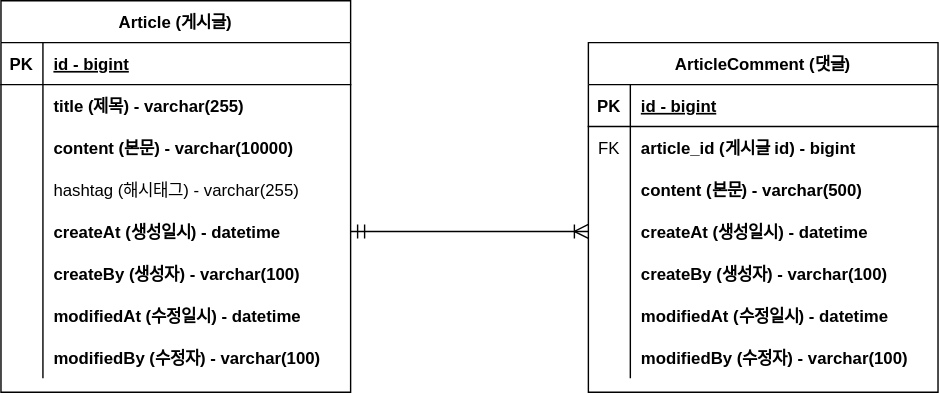
ekek3002/fastcampus-project-board keeps this draw.io diagram as document/project-board-erd.svg. Above is the earlier version. Source tidied: cells renumbered, new cells last; positions are measured from the earlier drawing's top-left corner, leaving out a move shared by most shapes.
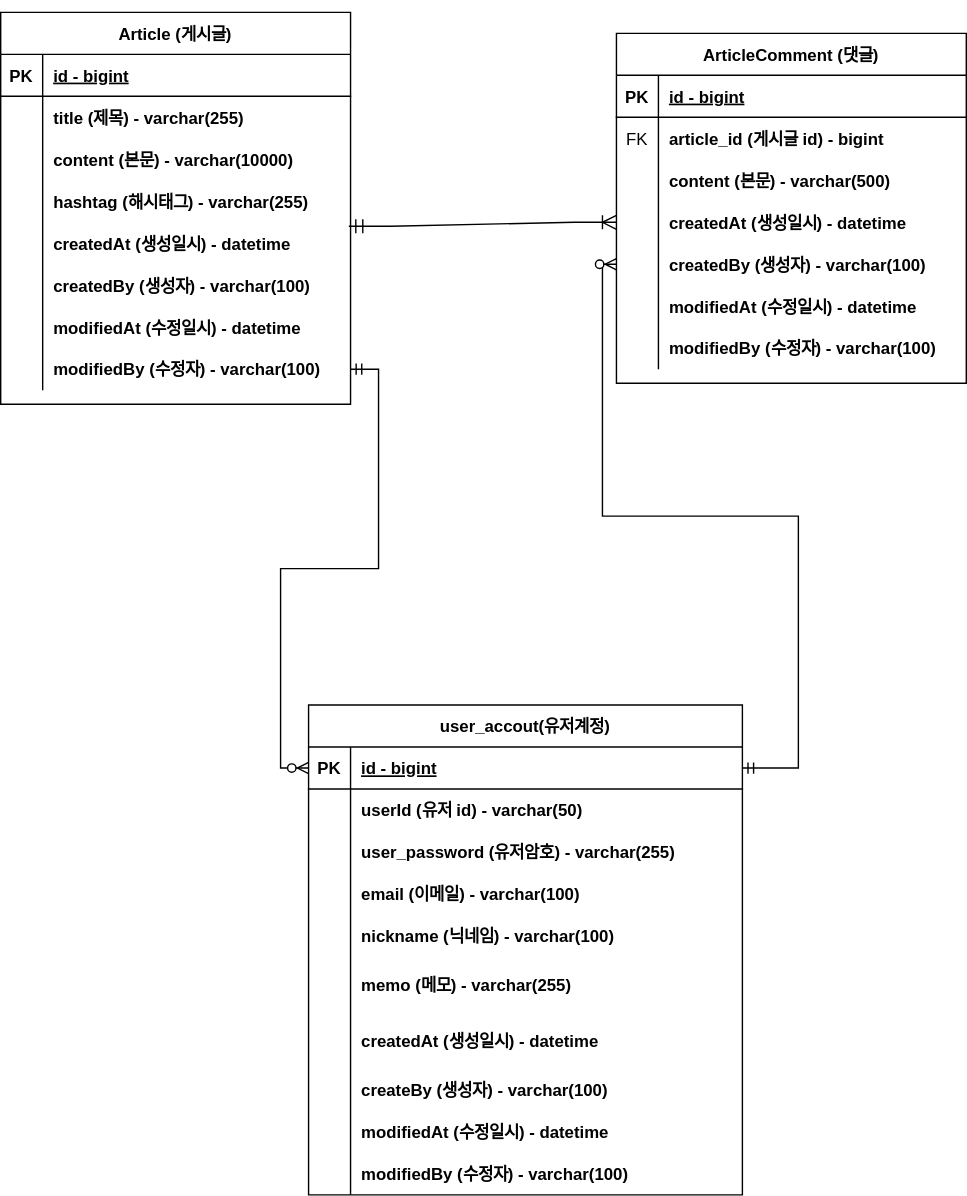
The same file after the commit.

Commit message:
#20 erd user-accout 추가

What changed in the source:
```diff
@@ -3,7 +3,7 @@
     <mxCell id="0" />
     <mxCell id="1" parent="0" />
     <mxCell id="2" value="Article (게시글)" style="shape=table;startSize=30;rowLines=0;fontStyle=1;align=center;" parent="1" vertex="1">
-      <mxGeometry width="250" height="280" as="geometry" />
+      <mxGeometry x="-20" y="15" width="250" height="280" as="geometry" />
     </mxCell>
     <mxCell id="3" style="shape=partialRectangle;fillColor=none;top=0;left=0;right=0;bottom=1;" parent="2" vertex="1">
       <mxGeometry y="30" width="250" height="30" as="geometry" />
@@ -38,7 +38,7 @@
     <mxCell id="13" style="shape=partialRectangle;overflow=hidden;fillColor=none;top=0;left=0;bottom=0;right=0;" parent="12" vertex="1">
       <mxGeometry width="30" height="30" as="geometry" />
     </mxCell>
-    <mxCell id="14" value="hashtag (해시태그) - varchar(255)" style="shape=partialRectangle;overflow=hidden;fillColor=none;top=0;left=0;bottom=0;right=0;align=left;spacingLeft=6;" parent="12" vertex="1">
+    <mxCell id="14" value="hashtag (해시태그) - varchar(255)" style="shape=partialRectangle;overflow=hidden;fillColor=none;top=0;left=0;bottom=0;right=0;align=left;spacingLeft=6;fontStyle=1;" parent="12" vertex="1">
       <mxGeometry x="30" width="220" height="30" as="geometry" />
     </mxCell>
     <mxCell id="15" style="shape=partialRectangle;fillColor=none;points=[[0,0.5],[1,0.5]];portConstraint=eastwest;top=0;left=0;right=0;bottom=0;" parent="2" vertex="1">
@@ -47,7 +47,7 @@
     <mxCell id="16" style="shape=partialRectangle;overflow=hidden;fillColor=none;top=0;left=0;bottom=0;right=0;" parent="15" vertex="1">
       <mxGeometry width="30" height="30" as="geometry" />
     </mxCell>
-    <mxCell id="17" value="createAt (생성일시) - datetime" style="shape=partialRectangle;overflow=hidden;fillColor=none;top=0;left=0;bottom=0;right=0;align=left;spacingLeft=6;fontStyle=1;" parent="15" vertex="1">
+    <mxCell id="17" value="createdAt (생성일시) - datetime" style="shape=partialRectangle;overflow=hidden;fillColor=none;top=0;left=0;bottom=0;right=0;align=left;spacingLeft=6;fontStyle=1;" parent="15" vertex="1">
       <mxGeometry x="30" width="220" height="30" as="geometry" />
     </mxCell>
     <mxCell id="18" style="shape=partialRectangle;fillColor=none;top=0;left=0;right=0;bottom=0;" parent="2" vertex="1">
@@ -56,7 +56,7 @@
     <mxCell id="19" style="shape=partialRectangle;overflow=hidden;fillColor=none;top=0;left=0;bottom=0;right=0;" parent="18" vertex="1">
       <mxGeometry width="30" height="30" as="geometry" />
     </mxCell>
-    <mxCell id="20" value="createBy (생성자) - varchar(100)" style="shape=partialRectangle;overflow=hidden;fillColor=none;top=0;left=0;bottom=0;right=0;align=left;spacingLeft=6;fontStyle=1;" parent="18" vertex="1">
+    <mxCell id="20" value="createdBy (생성자) - varchar(100)" style="shape=partialRectangle;overflow=hidden;fillColor=none;top=0;left=0;bottom=0;right=0;align=left;spacingLeft=6;fontStyle=1;" parent="18" vertex="1">
       <mxGeometry x="30" width="220" height="30" as="geometry" />
     </mxCell>
     <mxCell id="21" style="shape=partialRectangle;fillColor=none;top=0;left=0;right=0;bottom=0;" parent="2" vertex="1">
@@ -113,7 +113,7 @@
     <mxCell id="38" style="shape=partialRectangle;overflow=hidden;fillColor=none;top=0;left=0;bottom=0;right=0;" parent="37" vertex="1">
       <mxGeometry width="30" height="30" as="geometry" />
     </mxCell>
-    <mxCell id="39" value="createAt (생성일시) - datetime" style="shape=partialRectangle;overflow=hidden;fillColor=none;top=0;left=0;bottom=0;right=0;align=left;spacingLeft=6;fontStyle=1;" parent="37" vertex="1">
+    <mxCell id="39" value="createdAt (생성일시) - datetime" style="shape=partialRectangle;overflow=hidden;fillColor=none;top=0;left=0;bottom=0;right=0;align=left;spacingLeft=6;fontStyle=1;" parent="37" vertex="1">
       <mxGeometry x="30" width="220" height="30" as="geometry" />
     </mxCell>
     <mxCell id="40" style="shape=partialRectangle;fillColor=none;points=[[0,0.5],[1,0.5]];portConstraint=eastwest;top=0;left=0;right=0;bottom=0;" parent="27" vertex="1">
@@ -122,7 +122,7 @@
     <mxCell id="41" style="shape=partialRectangle;overflow=hidden;fillColor=none;top=0;left=0;bottom=0;right=0;" parent="40" vertex="1">
       <mxGeometry width="30" height="30" as="geometry" />
     </mxCell>
-    <mxCell id="42" value="createBy (생성자) - varchar(100)" style="shape=partialRectangle;overflow=hidden;fillColor=none;top=0;left=0;bottom=0;right=0;align=left;spacingLeft=6;fontStyle=1;" parent="40" vertex="1">
+    <mxCell id="42" value="createdBy (생성자) - varchar(100)" style="shape=partialRectangle;overflow=hidden;fillColor=none;top=0;left=0;bottom=0;right=0;align=left;spacingLeft=6;fontStyle=1;" parent="40" vertex="1">
       <mxGeometry x="30" width="220" height="30" as="geometry" />
     </mxCell>
     <mxCell id="43" style="shape=partialRectangle;fillColor=none;top=0;left=0;right=0;bottom=0;" parent="27" vertex="1">
@@ -143,8 +143,117 @@
     <mxCell id="48" value="modifiedBy (수정자) - varchar(100)" style="shape=partialRectangle;overflow=hidden;fillColor=none;top=0;left=0;bottom=0;right=0;align=left;spacingLeft=6;fontStyle=1;" parent="46" vertex="1">
       <mxGeometry x="30" width="220" height="30" as="geometry" />
     </mxCell>
-    <mxCell id="49" style="edgeStyle=entityRelationEdgeStyle;fontSize=12;html=1;endArrow=ERoneToMany;startArrow=ERmandOne;rounded=0;startSize=8;endSize=8;curved=1;entryX=0;entryY=0.5;entryDx=0;entryDy=0;exitX=1;exitY=0.5;exitDx=0;exitDy=0;" parent="1" edge="1" source="15" target="37">
+    <mxCell id="49" style="edgeStyle=entityRelationEdgeStyle;fontSize=12;html=1;endArrow=ERoneToMany;startArrow=ERmandOne;rounded=0;startSize=8;endSize=8;curved=0;entryX=0;entryY=0.5;entryDx=0;entryDy=0;exitX=0.995;exitY=1.094;exitDx=0;exitDy=0;exitPerimeter=0;" parent="1" edge="1" source="12" target="37">
       <mxGeometry relative="1" as="geometry" />
     </mxCell>
+    <mxCell id="50" value="user_accout(유저계정)" style="shape=table;startSize=30;rowLines=0;fontStyle=1;align=center;" parent="1" vertex="1">
+      <mxGeometry x="200" y="510" width="310" height="350" as="geometry" />
+    </mxCell>
+    <mxCell id="51" style="shape=partialRectangle;fillColor=none;points=[[0,0.5],[1,0.5]];portConstraint=eastwest;top=0;left=0;right=0;bottom=1;" parent="50" vertex="1">
+      <mxGeometry y="30" width="310" height="30" as="geometry" />
+    </mxCell>
+    <mxCell id="52" value="PK" style="shape=partialRectangle;overflow=hidden;fillColor=none;top=0;left=0;bottom=0;right=0;fontStyle=1;" parent="51" vertex="1">
+      <mxGeometry width="30" height="30" as="geometry" />
+    </mxCell>
+    <mxCell id="53" value="id - bigint" style="shape=partialRectangle;overflow=hidden;fillColor=none;top=0;left=0;bottom=0;right=0;align=left;spacingLeft=6;fontStyle=5;" parent="51" vertex="1">
+      <mxGeometry x="30" width="280" height="30" as="geometry" />
+    </mxCell>
+    <mxCell id="54" style="shape=partialRectangle;fillColor=none;top=0;left=0;right=0;bottom=0;" parent="50" vertex="1">
+      <mxGeometry y="60" width="310" height="30" as="geometry" />
+    </mxCell>
+    <mxCell id="55" style="shape=partialRectangle;overflow=hidden;fillColor=none;top=0;left=0;bottom=0;right=0;" parent="54" vertex="1">
+      <mxGeometry width="30" height="30" as="geometry" />
+    </mxCell>
+    <mxCell id="56" value="userId (유저 id) - varchar(50)" style="shape=partialRectangle;overflow=hidden;fillColor=none;top=0;left=0;bottom=0;right=0;align=left;spacingLeft=6;fontStyle=1;" parent="54" vertex="1">
+      <mxGeometry x="30" width="280" height="30" as="geometry" />
+    </mxCell>
+    <mxCell id="57" style="shape=partialRectangle;fillColor=none;top=0;left=0;right=0;bottom=0;" parent="50" vertex="1">
+      <mxGeometry y="90" width="310" height="30" as="geometry" />
+    </mxCell>
+    <mxCell id="58" style="shape=partialRectangle;overflow=hidden;fillColor=none;top=0;left=0;bottom=0;right=0;" parent="57" vertex="1">
+      <mxGeometry width="30" height="30" as="geometry" />
+    </mxCell>
+    <mxCell id="59" value="user_password (유저암호) - varchar(255)" style="shape=partialRectangle;overflow=hidden;fillColor=none;top=0;left=0;bottom=0;right=0;align=left;spacingLeft=6;fontStyle=1;" parent="57" vertex="1">
+      <mxGeometry x="30" width="280" height="30" as="geometry" />
+    </mxCell>
+    <mxCell id="60" style="shape=partialRectangle;fillColor=none;top=0;left=0;right=0;bottom=0;" parent="50" vertex="1">
+      <mxGeometry y="120" width="310" height="30" as="geometry" />
+    </mxCell>
+    <mxCell id="61" style="shape=partialRectangle;overflow=hidden;fillColor=none;top=0;left=0;bottom=0;right=0;" parent="60" vertex="1">
+      <mxGeometry width="30" height="30" as="geometry" />
+    </mxCell>
+    <mxCell id="62" value="email (이메일) - varchar(100)" style="shape=partialRectangle;overflow=hidden;fillColor=none;top=0;left=0;bottom=0;right=0;align=left;spacingLeft=6;fontStyle=1;" parent="60" vertex="1">
+      <mxGeometry x="30" width="280" height="30" as="geometry" />
+    </mxCell>
+    <mxCell id="63" style="shape=partialRectangle;fillColor=none;top=0;left=0;right=0;bottom=0;" parent="50" vertex="1">
+      <mxGeometry y="150" width="310" height="30" as="geometry" />
+    </mxCell>
+    <mxCell id="64" style="shape=partialRectangle;overflow=hidden;fillColor=none;top=0;left=0;bottom=0;right=0;" parent="63" vertex="1">
+      <mxGeometry width="30" height="30" as="geometry" />
+    </mxCell>
+    <mxCell id="65" value="nickname (닉네임) - varchar(100)" style="shape=partialRectangle;overflow=hidden;fillColor=none;top=0;left=0;bottom=0;right=0;align=left;spacingLeft=6;fontStyle=1;" parent="63" vertex="1">
+      <mxGeometry x="30" width="280" height="30" as="geometry" />
+    </mxCell>
+    <mxCell id="66" style="shape=partialRectangle;fillColor=none;top=0;left=0;right=0;bottom=0;" parent="50" vertex="1">
+      <mxGeometry y="180" width="310" height="40" as="geometry" />
+    </mxCell>
+    <mxCell id="67" style="shape=partialRectangle;overflow=hidden;fillColor=none;top=0;left=0;bottom=0;right=0;" parent="66" vertex="1">
+      <mxGeometry width="30" height="40" as="geometry" />
+    </mxCell>
+    <mxCell id="68" value="memo (메모) - varchar(255)" style="shape=partialRectangle;overflow=hidden;fillColor=none;top=0;left=0;bottom=0;right=0;align=left;spacingLeft=6;fontStyle=1;" parent="66" vertex="1">
+      <mxGeometry x="30" width="280" height="40" as="geometry" />
+    </mxCell>
+    <mxCell id="69" style="shape=partialRectangle;fillColor=none;top=0;left=0;right=0;bottom=0;" parent="50" vertex="1">
+      <mxGeometry y="220" width="310" height="40" as="geometry" />
+    </mxCell>
+    <mxCell id="70" style="shape=partialRectangle;overflow=hidden;fillColor=none;top=0;left=0;bottom=0;right=0;" parent="69" vertex="1">
+      <mxGeometry width="30" height="40" as="geometry" />
+    </mxCell>
+    <mxCell id="71" value="createdAt (생성일시) - datetime" style="shape=partialRectangle;overflow=hidden;fillColor=none;top=0;left=0;bottom=0;right=0;align=left;spacingLeft=6;fontStyle=1;" parent="69" vertex="1">
+      <mxGeometry x="30" width="280" height="40" as="geometry" />
+    </mxCell>
+    <mxCell id="72" style="shape=partialRectangle;fillColor=none;top=0;left=0;right=0;bottom=0;" parent="50" vertex="1">
+      <mxGeometry y="260" width="310" height="30" as="geometry" />
+    </mxCell>
+    <mxCell id="73" style="shape=partialRectangle;overflow=hidden;fillColor=none;top=0;left=0;bottom=0;right=0;" parent="72" vertex="1">
+      <mxGeometry width="30" height="30" as="geometry" />
+    </mxCell>
+    <mxCell id="74" value="createBy (생성자) - varchar(100)" style="shape=partialRectangle;overflow=hidden;fillColor=none;top=0;left=0;bottom=0;right=0;align=left;spacingLeft=6;fontStyle=1;" parent="72" vertex="1">
+      <mxGeometry x="30" width="280" height="30" as="geometry" />
+    </mxCell>
+    <mxCell id="75" style="shape=partialRectangle;fillColor=none;top=0;left=0;right=0;bottom=0;" parent="50" vertex="1">
+      <mxGeometry y="290" width="310" height="30" as="geometry" />
+    </mxCell>
+    <mxCell id="76" style="shape=partialRectangle;overflow=hidden;fillColor=none;top=0;left=0;bottom=0;right=0;" parent="75" vertex="1">
+      <mxGeometry width="30" height="30" as="geometry" />
+    </mxCell>
+    <mxCell id="77" value="modifiedAt (수정일시) - datetime" style="shape=partialRectangle;overflow=hidden;fillColor=none;top=0;left=0;bottom=0;right=0;align=left;spacingLeft=6;fontStyle=1;" parent="75" vertex="1">
+      <mxGeometry x="30" width="280" height="30" as="geometry" />
+    </mxCell>
+    <mxCell id="78" style="shape=partialRectangle;fillColor=none;top=0;left=0;right=0;bottom=0;" parent="50" vertex="1">
+      <mxGeometry y="320" width="310" height="30" as="geometry" />
+    </mxCell>
+    <mxCell id="79" style="shape=partialRectangle;overflow=hidden;fillColor=none;top=0;left=0;bottom=0;right=0;" parent="78" vertex="1">
+      <mxGeometry width="30" height="30" as="geometry" />
+    </mxCell>
+    <mxCell id="80" value="modifiedBy (수정자) - varchar(100)" style="shape=partialRectangle;overflow=hidden;fillColor=none;top=0;left=0;bottom=0;right=0;align=left;spacingLeft=6;fontStyle=1;" parent="78" vertex="1">
+      <mxGeometry x="30" width="280" height="30" as="geometry" />
+    </mxCell>
+    <mxCell id="81" style="edgeStyle=orthogonalEdgeStyle;fontSize=12;html=1;endArrow=ERzeroToMany;startArrow=ERmandOne;rounded=0;entryX=0;entryY=0.5;entryDx=0;entryDy=0;exitX=1;exitY=0.5;exitDx=0;exitDy=0;" parent="1" edge="1" source="51" target="40">
+      <mxGeometry relative="1" as="geometry">
+        <Array as="points">
+          <mxPoint x="550" y="555" />
+          <mxPoint x="550" y="375" />
+          <mxPoint x="410" y="375" />
+          <mxPoint x="410" y="195" />
+        </Array>
+      </mxGeometry>
+    </mxCell>
+    <mxCell id="82" style="edgeStyle=orthogonalEdgeStyle;rounded=0;jettySize=auto;html=1;entryX=0;entryY=0.5;entryDx=0;entryDy=0;strokeColor=default;align=center;verticalAlign=middle;fontFamily=Helvetica;fontSize=12;fontColor=default;labelBackgroundColor=default;startArrow=ERmandOne;endArrow=ERzeroToMany;exitX=1;exitY=0.5;exitDx=0;exitDy=0;" parent="1" edge="1" source="24" target="51">
+      <mxGeometry relative="1" as="geometry" />
+    </mxCell>
+    <mxCell id="83" style="edgeStyle=elbowEdgeStyle;rounded=0;orthogonalLoop=1;jettySize=auto;html=1;exitX=0.75;exitY=0;exitDx=0;exitDy=0;strokeColor=default;align=center;verticalAlign=middle;fontFamily=Helvetica;fontSize=12;fontColor=default;labelBackgroundColor=default;startArrow=ERmandOne;endArrow=ERzeroToMany;" parent="1" edge="1" source="2" target="2">
+      <mxGeometry relative="1" as="geometry" />
+    </mxCell>
   </root>
 </mxGraphModel>
```
